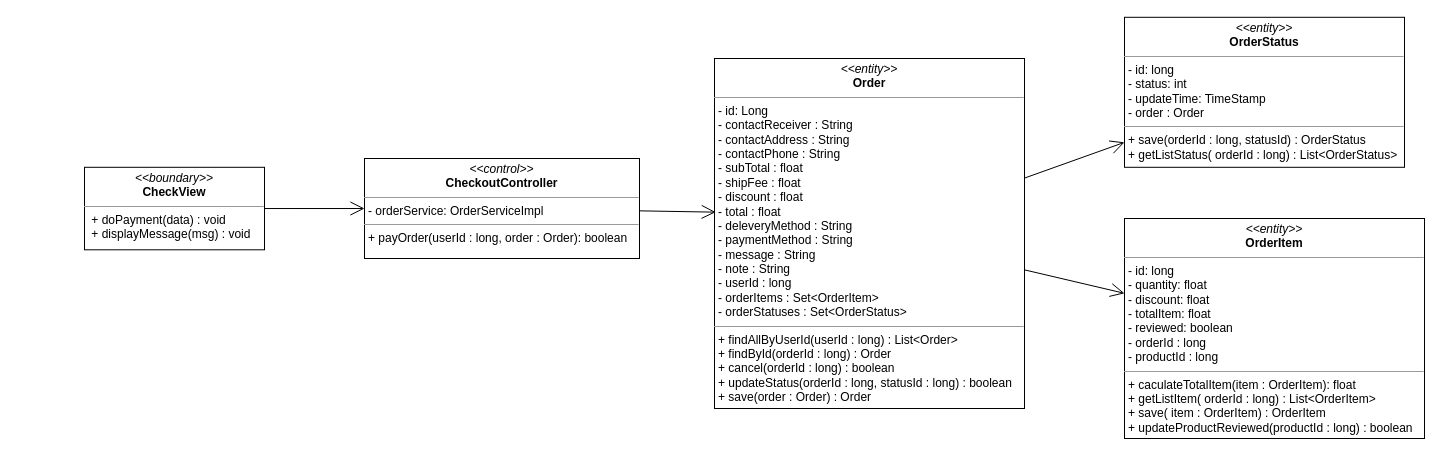
Earlier version of the draw.io diagram class diagram/chekout-class-diagram.drawio (nguyenphamvan/datn_20202). Source tidied: cells renumbered, new cells numbered last; positions are measured from the earlier drawing's top-left corner, leaving out a move shared by most shapes. Both pictures are drawn from the tidied source at 100%, with x=0, y=0 at pixel (84, 17).
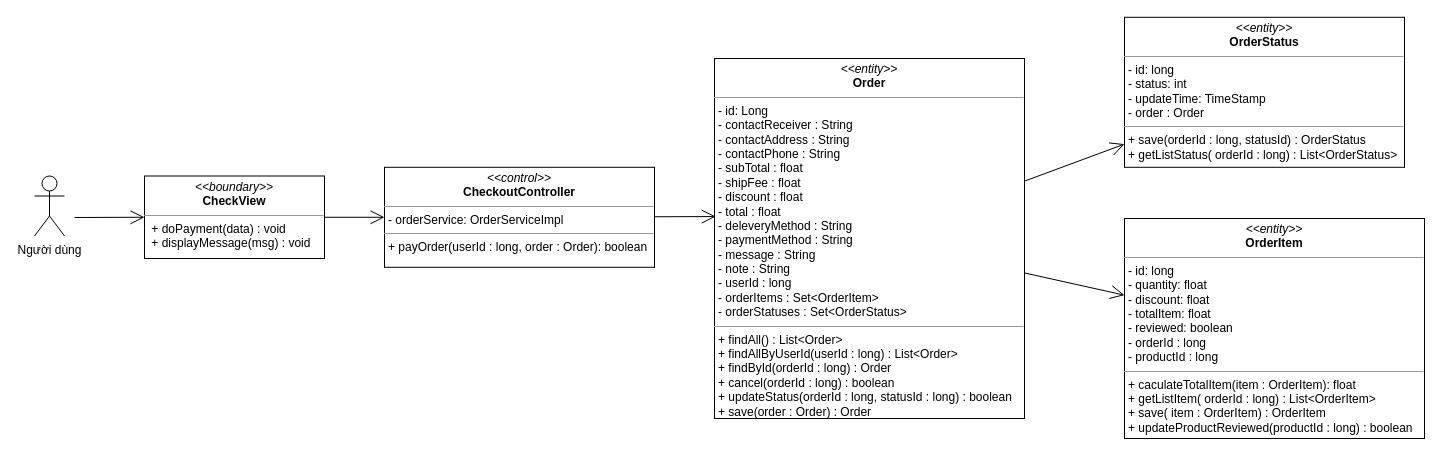
After the change.

What changed in the source:
```diff
@@
 <mxGraphModel>
   <root>
     <mxCell id="0" />
     <mxCell id="1" parent="0" />
     <mxCell id="2" value="&lt;p style=&quot;margin: 0px ; margin-top: 4px ; text-align: center&quot;&gt;&lt;i&gt;&amp;lt;&amp;lt;boundary&amp;gt;&amp;gt;&lt;/i&gt;&lt;br&gt;&lt;b&gt;CheckView&lt;/b&gt;&lt;/p&gt;&lt;hr size=&quot;1&quot;&gt;&lt;p style=&quot;margin: 0px ; margin-left: 4px&quot;&gt;&lt;span&gt;&amp;nbsp;&lt;/span&gt;&lt;span&gt;+ doPayment(data) : void&lt;/span&gt;&lt;/p&gt;&lt;p style=&quot;margin: 0px ; margin-left: 4px&quot;&gt;&lt;span&gt;&amp;nbsp;+ displayMessage(msg) : void&lt;/span&gt;&lt;/p&gt;" style="verticalAlign=top;align=left;overflow=fill;fontSize=12;fontFamily=Helvetica;html=1;" parent="1" vertex="1">
-      <mxGeometry y="149.8" width="180" height="82.5" as="geometry" />
+      <mxGeometry x="60" y="158.5" width="180" height="82.5" as="geometry" />
     </mxCell>
-    <mxCell id="3" value="&lt;p style=&quot;margin: 0px ; margin-top: 4px ; text-align: center&quot;&gt;&lt;i&gt;&amp;lt;&amp;lt;entity&amp;gt;&amp;gt;&lt;/i&gt;&lt;br&gt;&lt;b&gt;Order&lt;/b&gt;&lt;/p&gt;&lt;hr size=&quot;1&quot;&gt;&lt;p style=&quot;margin: 0px ; margin-left: 4px&quot;&gt;- id: Long&lt;/p&gt;&lt;p style=&quot;margin: 0px 0px 0px 4px&quot;&gt;- contactReceiver : String&lt;/p&gt;&lt;p style=&quot;margin: 0px 0px 0px 4px&quot;&gt;- contactAddress : String&lt;/p&gt;&lt;p style=&quot;margin: 0px 0px 0px 4px&quot;&gt;- contactPhone : String&lt;/p&gt;&lt;p style=&quot;margin: 0px 0px 0px 4px&quot;&gt;- subTotal : float&lt;/p&gt;&lt;p style=&quot;margin: 0px 0px 0px 4px&quot;&gt;- shipFee : float&lt;/p&gt;&lt;p style=&quot;margin: 0px 0px 0px 4px&quot;&gt;- discount : float&lt;/p&gt;&lt;p style=&quot;margin: 0px 0px 0px 4px&quot;&gt;- total : float&lt;/p&gt;&lt;p style=&quot;margin: 0px 0px 0px 4px&quot;&gt;- deleveryMethod : String&lt;/p&gt;&lt;p style=&quot;margin: 0px 0px 0px 4px&quot;&gt;- paymentMethod : String&lt;/p&gt;&lt;p style=&quot;margin: 0px 0px 0px 4px&quot;&gt;- message : String&lt;/p&gt;&lt;p style=&quot;margin: 0px 0px 0px 4px&quot;&gt;- note : String&lt;/p&gt;&lt;p style=&quot;margin: 0px 0px 0px 4px&quot;&gt;- userId : long&lt;/p&gt;&lt;p style=&quot;margin: 0px 0px 0px 4px&quot;&gt;- orderItems : Set&amp;lt;OrderItem&amp;gt;&lt;/p&gt;&lt;p style=&quot;margin: 0px 0px 0px 4px&quot;&gt;- orderStatuses : Set&amp;lt;OrderStatus&amp;gt;&lt;/p&gt;&lt;hr size=&quot;1&quot;&gt;&lt;p style=&quot;margin: 0px 0px 0px 4px&quot;&gt;+ findAllByUserId(userId : long) : List&amp;lt;Order&amp;gt;&lt;/p&gt;&lt;p style=&quot;margin: 0px 0px 0px 4px&quot;&gt;+ findById(orderId : long) : Order&lt;br&gt;&lt;/p&gt;&lt;p style=&quot;margin: 0px 0px 0px 4px&quot;&gt;+ cancel(orderId : long) : boolean&lt;br&gt;&lt;/p&gt;&lt;p style=&quot;margin: 0px 0px 0px 4px&quot;&gt;+ updateStatus(orderId : long, statusId : long) : boolean&lt;/p&gt;&lt;p style=&quot;margin: 0px 0px 0px 4px&quot;&gt;+ save(order : Order) : Order&lt;/p&gt;" style="verticalAlign=top;align=left;overflow=fill;fontSize=12;fontFamily=Helvetica;html=1;" parent="1" vertex="1">
-      <mxGeometry x="630" y="41" width="310" height="350" as="geometry" />
+    <mxCell id="3" value="&lt;p style=&quot;margin: 0px ; margin-top: 4px ; text-align: center&quot;&gt;&lt;i&gt;&amp;lt;&amp;lt;entity&amp;gt;&amp;gt;&lt;/i&gt;&lt;br&gt;&lt;b&gt;Order&lt;/b&gt;&lt;/p&gt;&lt;hr size=&quot;1&quot;&gt;&lt;p style=&quot;margin: 0px ; margin-left: 4px&quot;&gt;- id: Long&lt;/p&gt;&lt;p style=&quot;margin: 0px 0px 0px 4px&quot;&gt;- contactReceiver : String&lt;/p&gt;&lt;p style=&quot;margin: 0px 0px 0px 4px&quot;&gt;- contactAddress : String&lt;/p&gt;&lt;p style=&quot;margin: 0px 0px 0px 4px&quot;&gt;- contactPhone : String&lt;/p&gt;&lt;p style=&quot;margin: 0px 0px 0px 4px&quot;&gt;- subTotal : float&lt;/p&gt;&lt;p style=&quot;margin: 0px 0px 0px 4px&quot;&gt;- shipFee : float&lt;/p&gt;&lt;p style=&quot;margin: 0px 0px 0px 4px&quot;&gt;- discount : float&lt;/p&gt;&lt;p style=&quot;margin: 0px 0px 0px 4px&quot;&gt;- total : float&lt;/p&gt;&lt;p style=&quot;margin: 0px 0px 0px 4px&quot;&gt;- deleveryMethod : String&lt;/p&gt;&lt;p style=&quot;margin: 0px 0px 0px 4px&quot;&gt;- paymentMethod : String&lt;/p&gt;&lt;p style=&quot;margin: 0px 0px 0px 4px&quot;&gt;- message : String&lt;/p&gt;&lt;p style=&quot;margin: 0px 0px 0px 4px&quot;&gt;- note : String&lt;/p&gt;&lt;p style=&quot;margin: 0px 0px 0px 4px&quot;&gt;- userId : long&lt;/p&gt;&lt;p style=&quot;margin: 0px 0px 0px 4px&quot;&gt;- orderItems : Set&amp;lt;OrderItem&amp;gt;&lt;/p&gt;&lt;p style=&quot;margin: 0px 0px 0px 4px&quot;&gt;- orderStatuses : Set&amp;lt;OrderStatus&amp;gt;&lt;/p&gt;&lt;hr size=&quot;1&quot;&gt;&lt;p style=&quot;margin: 0px 0px 0px 4px&quot;&gt;+ findAll() : List&amp;lt;Order&amp;gt;&lt;/p&gt;&lt;p style=&quot;margin: 0px 0px 0px 4px&quot;&gt;+ findAllByUserId(userId : long) : List&amp;lt;Order&amp;gt;&lt;/p&gt;&lt;p style=&quot;margin: 0px 0px 0px 4px&quot;&gt;+ findById(orderId : long) : Order&lt;br&gt;&lt;/p&gt;&lt;p style=&quot;margin: 0px 0px 0px 4px&quot;&gt;+ cancel(orderId : long) : boolean&lt;br&gt;&lt;/p&gt;&lt;p style=&quot;margin: 0px 0px 0px 4px&quot;&gt;+ updateStatus(orderId : long, statusId : long) : boolean&lt;/p&gt;&lt;p style=&quot;margin: 0px 0px 0px 4px&quot;&gt;+ save(order : Order) : Order&lt;/p&gt;" style="verticalAlign=top;align=left;overflow=fill;fontSize=12;fontFamily=Helvetica;html=1;" parent="1" vertex="1">
+      <mxGeometry x="630" y="41" width="310" height="360" as="geometry" />
     </mxCell>
     <mxCell id="4" value="&lt;p style=&quot;margin: 0px ; margin-top: 4px ; text-align: center&quot;&gt;&lt;i&gt;&amp;lt;&amp;lt;entity&amp;gt;&amp;gt;&lt;/i&gt;&lt;br&gt;&lt;b&gt;OrderItem&lt;/b&gt;&lt;/p&gt;&lt;hr size=&quot;1&quot;&gt;&lt;p style=&quot;margin: 0px ; margin-left: 4px&quot;&gt;- id: long&lt;/p&gt;&lt;p style=&quot;margin: 0px ; margin-left: 4px&quot;&gt;- quantity: float&lt;br&gt;- discount: float&lt;/p&gt;&lt;p style=&quot;margin: 0px ; margin-left: 4px&quot;&gt;- totalItem: float&lt;/p&gt;&lt;p style=&quot;margin: 0px ; margin-left: 4px&quot;&gt;- reviewed: boolean&lt;/p&gt;&lt;p style=&quot;margin: 0px ; margin-left: 4px&quot;&gt;- orderId : long&lt;/p&gt;&lt;p style=&quot;margin: 0px ; margin-left: 4px&quot;&gt;- productId : long&lt;/p&gt;&lt;hr size=&quot;1&quot;&gt;&lt;p style=&quot;margin: 0px 0px 0px 4px&quot;&gt;+ caculateTotalItem(item : OrderItem): float&lt;br&gt;&lt;/p&gt;&lt;p style=&quot;margin: 0px 0px 0px 4px&quot;&gt;+ getListItem( orderId : long) : List&amp;lt;OrderItem&amp;gt;&lt;br&gt;&lt;/p&gt;&lt;p style=&quot;margin: 0px 0px 0px 4px&quot;&gt;+ save( item : OrderItem) : OrderItem&lt;/p&gt;&lt;p style=&quot;margin: 0px 0px 0px 4px&quot;&gt;+ updateProductReviewed(productId : long) : boolean&lt;/p&gt;" style="verticalAlign=top;align=left;overflow=fill;fontSize=12;fontFamily=Helvetica;html=1;" parent="1" vertex="1">
       <mxGeometry x="1040" y="201" width="300" height="220" as="geometry" />
     </mxCell>
     <mxCell id="5" value="&lt;p style=&quot;margin: 0px ; margin-top: 4px ; text-align: center&quot;&gt;&lt;i&gt;&amp;lt;&amp;lt;control&amp;gt;&amp;gt;&lt;/i&gt;&lt;br&gt;&lt;b&gt;CheckoutController&lt;/b&gt;&lt;br&gt;&lt;/p&gt;&lt;hr size=&quot;1&quot;&gt;&lt;p style=&quot;margin: 0px ; margin-left: 4px&quot;&gt;- orderService: OrderServiceImpl&lt;/p&gt;&lt;hr size=&quot;1&quot;&gt;&lt;p style=&quot;margin: 0px ; margin-left: 4px&quot;&gt;+ payOrder(userId : long, order : Order): boolean&lt;/p&gt;" style="verticalAlign=top;align=left;overflow=fill;fontSize=12;fontFamily=Helvetica;html=1;" parent="1" vertex="1">
-      <mxGeometry x="280" y="141" width="275" height="100" as="geometry" />
+      <mxGeometry x="300" y="149.8" width="270" height="100" as="geometry" />
     </mxCell>
     <mxCell id="6" style="endArrow=open;endFill=1;endSize=12;html=1;entryX=0.004;entryY=0.439;entryDx=0;entryDy=0;entryPerimeter=0;" parent="1" edge="1" source="5" target="3">
       <mxGeometry relative="1" as="geometry" />
     </mxCell>
     <mxCell id="7" value="&lt;p style=&quot;margin: 0px ; margin-top: 4px ; text-align: center&quot;&gt;&lt;i&gt;&amp;lt;&amp;lt;entity&amp;gt;&amp;gt;&lt;/i&gt;&lt;br&gt;&lt;b&gt;OrderStatus&lt;/b&gt;&lt;/p&gt;&lt;hr size=&quot;1&quot;&gt;&lt;p style=&quot;margin: 0px ; margin-left: 4px&quot;&gt;- id: long&lt;/p&gt;&lt;p style=&quot;margin: 0px ; margin-left: 4px&quot;&gt;- status: int&lt;br&gt;- updateTime: TimeStamp&lt;/p&gt;&lt;p style=&quot;margin: 0px ; margin-left: 4px&quot;&gt;- order : Order&lt;/p&gt;&lt;hr size=&quot;1&quot;&gt;&lt;p style=&quot;margin: 0px ; margin-left: 4px&quot;&gt;+ save(orderId : long, statusId) : OrderStatus&lt;/p&gt;&lt;p style=&quot;margin: 0px ; margin-left: 4px&quot;&gt;+ getListStatus( orderId : long) : List&amp;lt;OrderStatus&amp;gt;&lt;/p&gt;" style="verticalAlign=top;align=left;overflow=fill;fontSize=12;fontFamily=Helvetica;html=1;" parent="1" vertex="1">
       <mxGeometry x="1040" y="-0.2" width="280" height="150" as="geometry" />
     </mxCell>
     <mxCell id="8" style="endArrow=open;endFill=1;endSize=12;html=1;" parent="1" edge="1" source="3" target="7">
       <mxGeometry relative="1" as="geometry" />
     </mxCell>
     <mxCell id="9" style="endArrow=open;endFill=1;endSize=12;html=1;" parent="1" edge="1" source="3" target="4">
       <mxGeometry relative="1" as="geometry" />
     </mxCell>
     <mxCell id="10" style="endArrow=open;endFill=1;endSize=12;html=1;" parent="1" edge="1" source="2" target="5">
       <mxGeometry relative="1" as="geometry" />
     </mxCell>
+    <mxCell id="11" value="Người dùng" style="shape=umlActor;verticalLabelPosition=bottom;verticalAlign=top;html=1;" parent="1" vertex="1">
+      <mxGeometry x="-50" y="158.5" width="30" height="60" as="geometry" />
+    </mxCell>
+    <mxCell id="12" style="endArrow=open;endFill=1;endSize=12;html=1;entryX=0;entryY=0.5;entryDx=0;entryDy=0;" parent="1" edge="1" target="2">
+      <mxGeometry relative="1" as="geometry">
+        <mxPoint x="-10" y="200" as="sourcePoint" />
+      </mxGeometry>
+    </mxCell>
   </root>
 </mxGraphModel>
```
